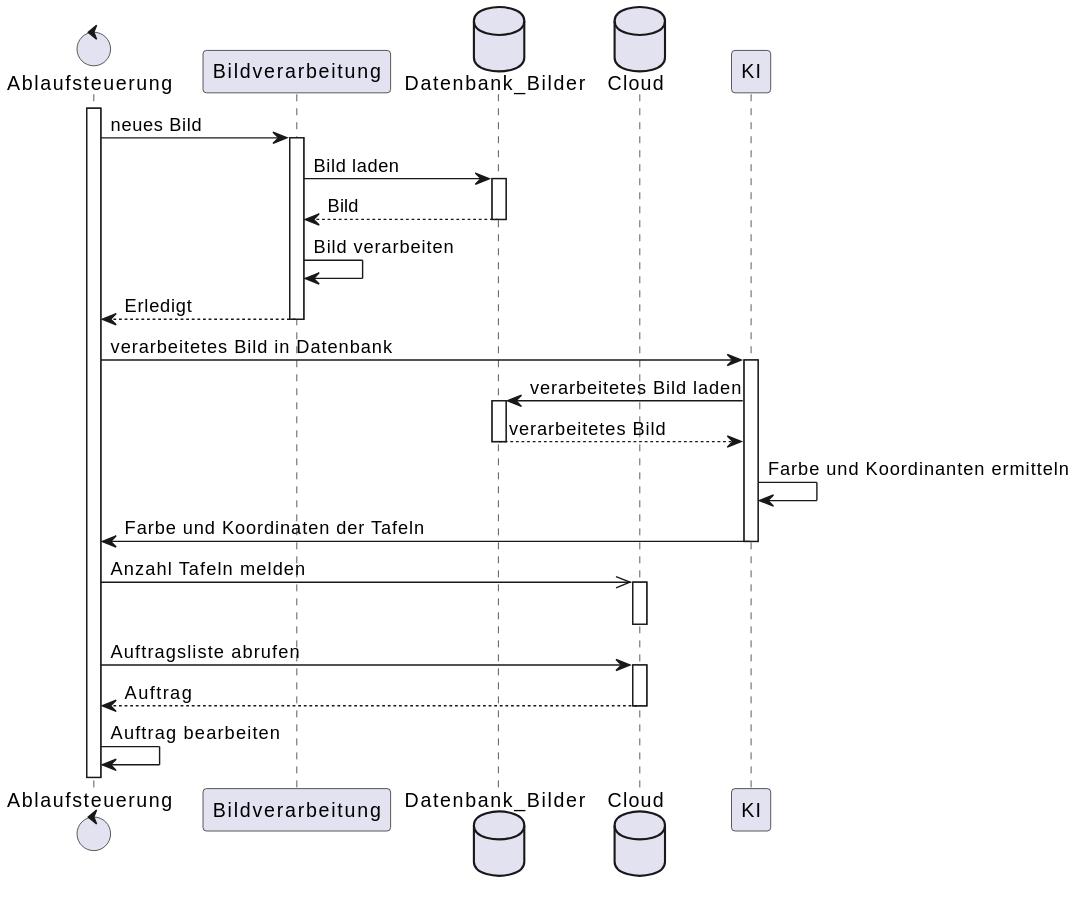
Earlier version of the PlantUML export Vernetzte_Produktionssysteme/UML Diagramme/Sequence_Diagram_new.svg (hajo1038/KI_Projekt).
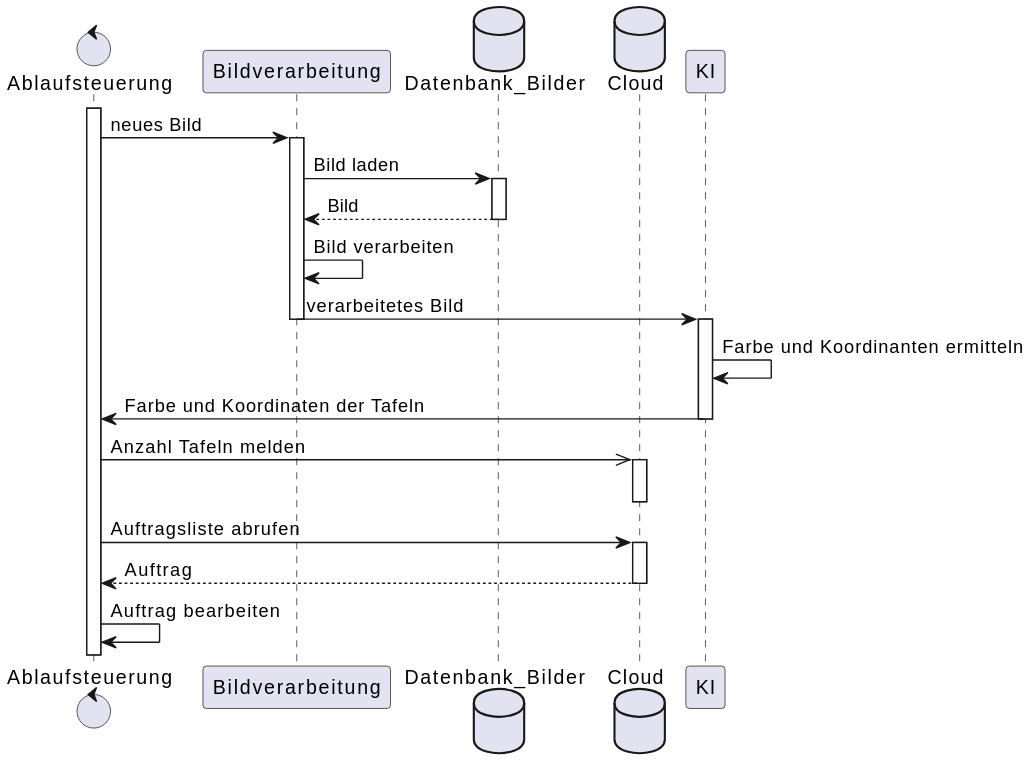
The same diagram one commit later.

Commit message:
neue Diagramme

Change to the diagram source:
```diff
@@ -12,13 +12,10 @@
 activate Datenbank_Bilder
 return Bild
 Bildverarbeitung -> Bildverarbeitung : Bild verarbeiten
-return Erledigt
+Bildverarbeitung -> KI : verarbeitetes Bild
+deactivate Bildverarbeitung
 
-Ablaufsteuerung -> KI : verarbeitetes Bild in Datenbank
 activate KI
-KI -> Datenbank_Bilder : verarbeitetes Bild laden
-activate Datenbank_Bilder
-return verarbeitetes Bild
 KI -> KI : Farbe und Koordinanten ermitteln
 KI -> Ablaufsteuerung : Farbe und Koordinaten der Tafeln
 deactivate KI
```
